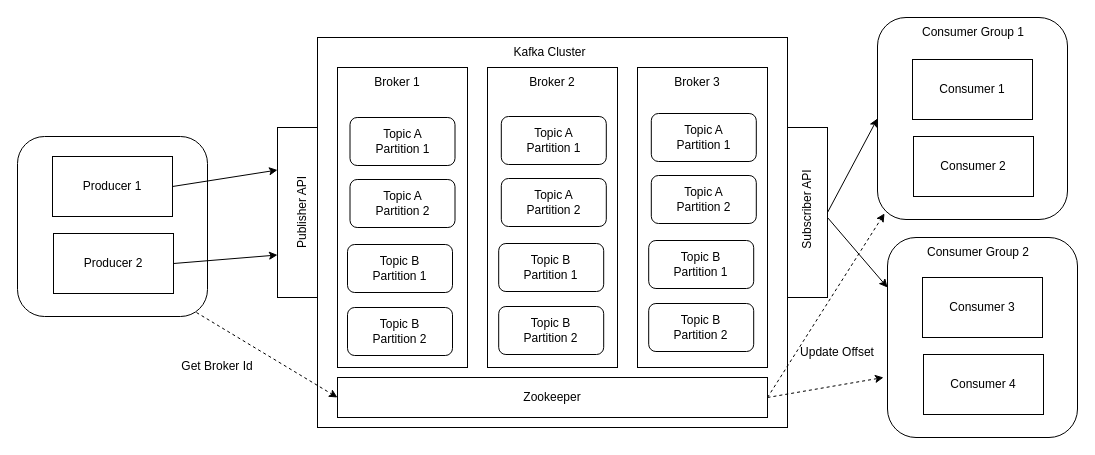
Earlier version of the draw.io diagram Kafka.drawio (jayanthkmr/architecture-diagrams). Source tidied: cells renumbered, new cells numbered last; positions are measured from the earlier drawing's top-left corner, leaving out a move shared by most shapes. Both pictures are drawn from the tidied source at 100%, with x=0, y=0 at pixel (17, 17).
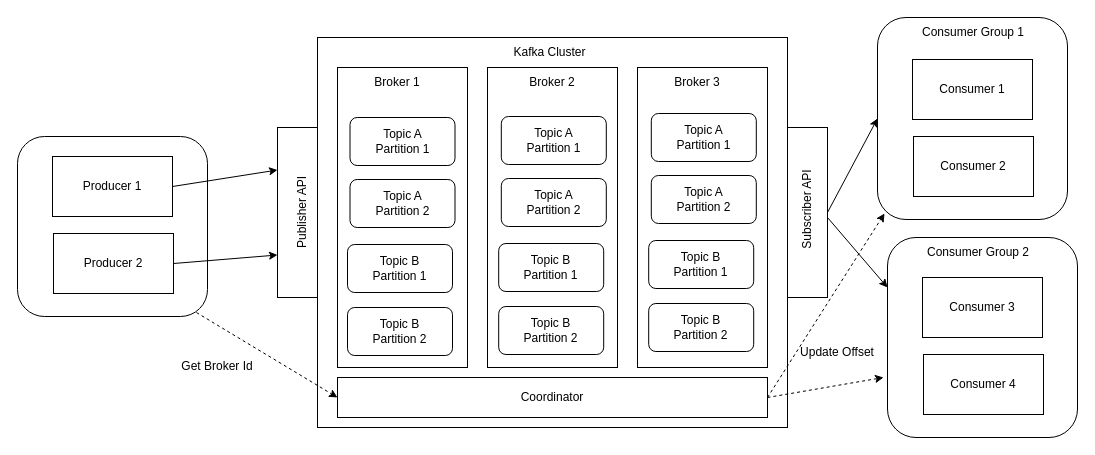
Above is the later version.

The edit, as a diff of the source:
```diff
@@
-    <mxCell id="28" value="Zookeeper" style="rounded=0;whiteSpace=wrap;html=1;" parent="1" vertex="1">
+    <mxCell id="28" value="Coordinator" style="rounded=0;whiteSpace=wrap;html=1;" parent="1" vertex="1">
       <mxGeometry x="320" y="360" width="430" height="40" as="geometry" />
     </mxCell>
```
